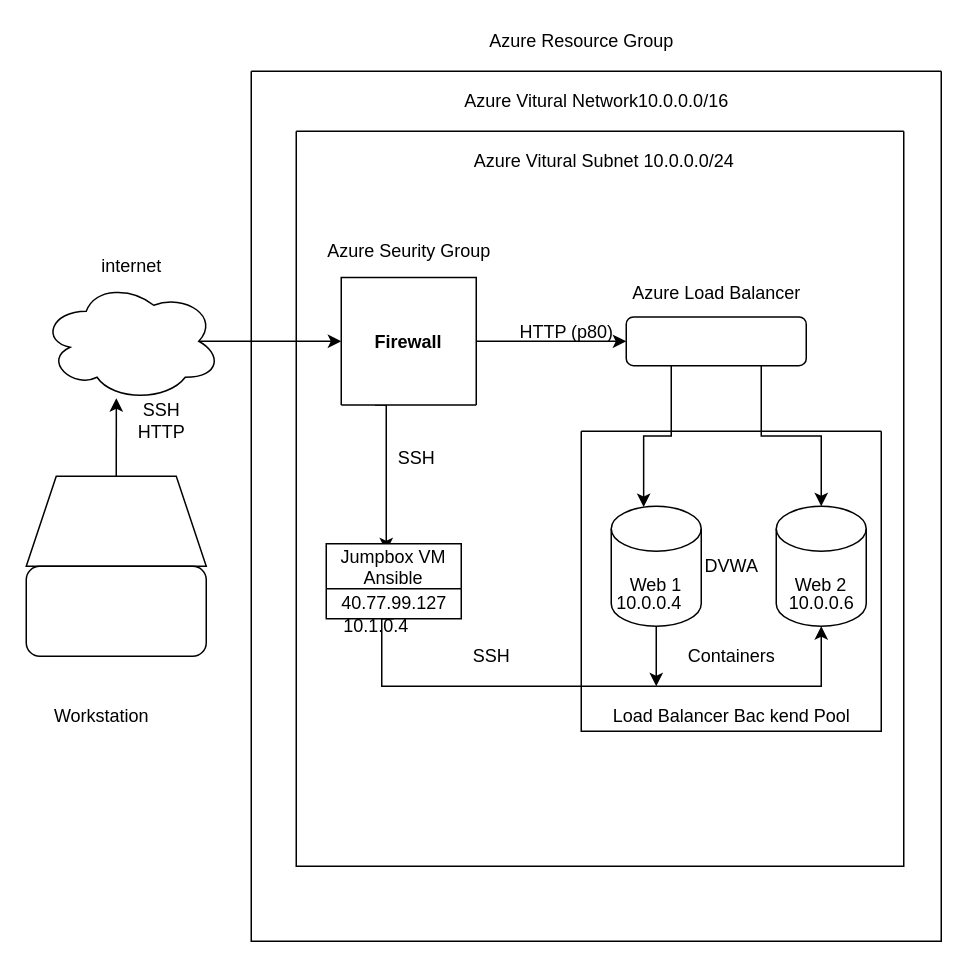
Above: Ansible/Untitled Diagram.drawio in James-gift/Project-1---ELK (draw.io), before the change. Source tidied: cells renumbered, new cells numbered last; positions are measured from the earlier drawing's top-left corner, leaving out a move shared by most shapes. Both pictures are drawn from the tidied source at 150%, with x=0, y=0 at pixel (26, 26).
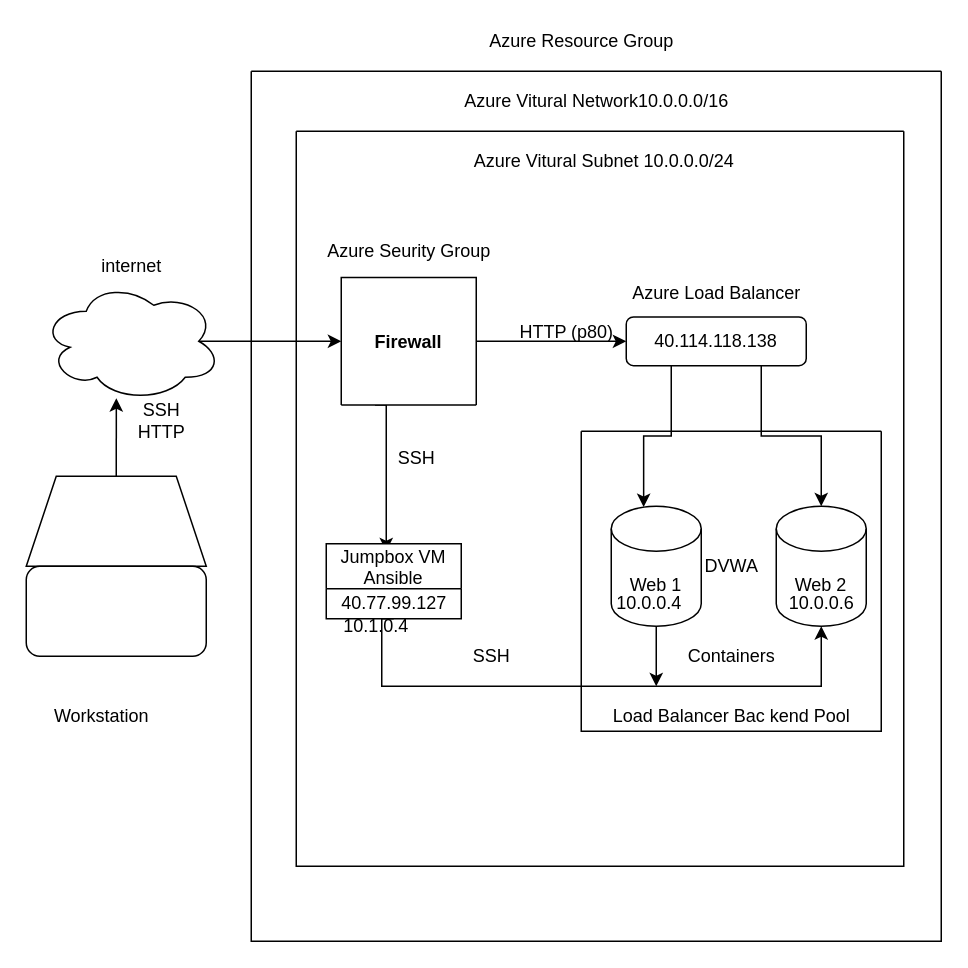
After the change.

The edit, as a diff of the source:
```diff
@@
-    <mxCell id="12" style="rounded=1;whiteSpace=wrap;html=1;" parent="1" vertex="1">
+    <mxCell id="12" value="40.114.118.138" style="rounded=1;whiteSpace=wrap;html=1;" parent="1" vertex="1">
       <mxGeometry x="400" y="193.8" width="120" height="32.5" as="geometry" />
     </mxCell>
```
